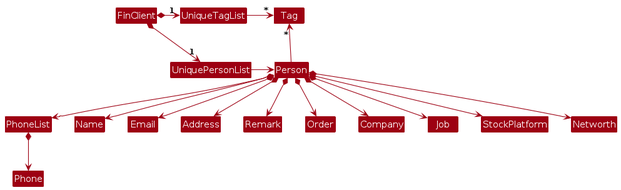
Earlier version of the PlantUML export diagrams/BetterModelClassDiagram.png (AY2425S2-CS2103T-T11-4/tp). Its source is kept beside it as diagrams/BetterModelClassDiagram.puml. Its diagram source:
```plantuml
@startuml
!include style.puml
skinparam arrowThickness 1.1
skinparam arrowColor MODEL_COLOR
skinparam classBackgroundColor MODEL_COLOR

FinClient *-right-> "1" UniquePersonList
FinClient *-right-> "1" UniqueTagList
UniqueTagList -[hidden]down- UniquePersonList
UniqueTagList -[hidden]down- UniquePersonList

UniqueTagList -right-> "*" Tag
UniquePersonList -right-> Person

Person -up-> "*" Tag

PhoneList *--> Phone

Person *--> Name
Person *--> PhoneList
Person *--> Email
Person *--> Address
Person *--> Remark
Person *--> Order
Person *--> Company
Person *--> Job
Person *--> StockPlatform
Person *--> Networth
@enduml
```
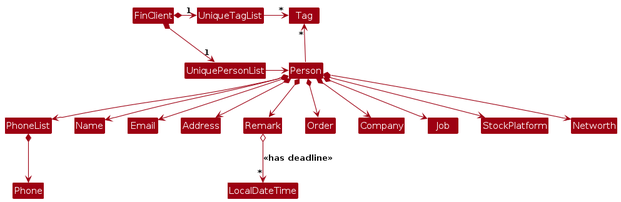
The same diagram one commit later.

Diff of the diagram source:
```diff
@@ -26,4 +26,7 @@
 Person *--> Job
 Person *--> StockPlatform
 Person *--> Networth
+
+Remark o--> "*" LocalDateTime : <<has deadline>>
+
 @enduml
```
